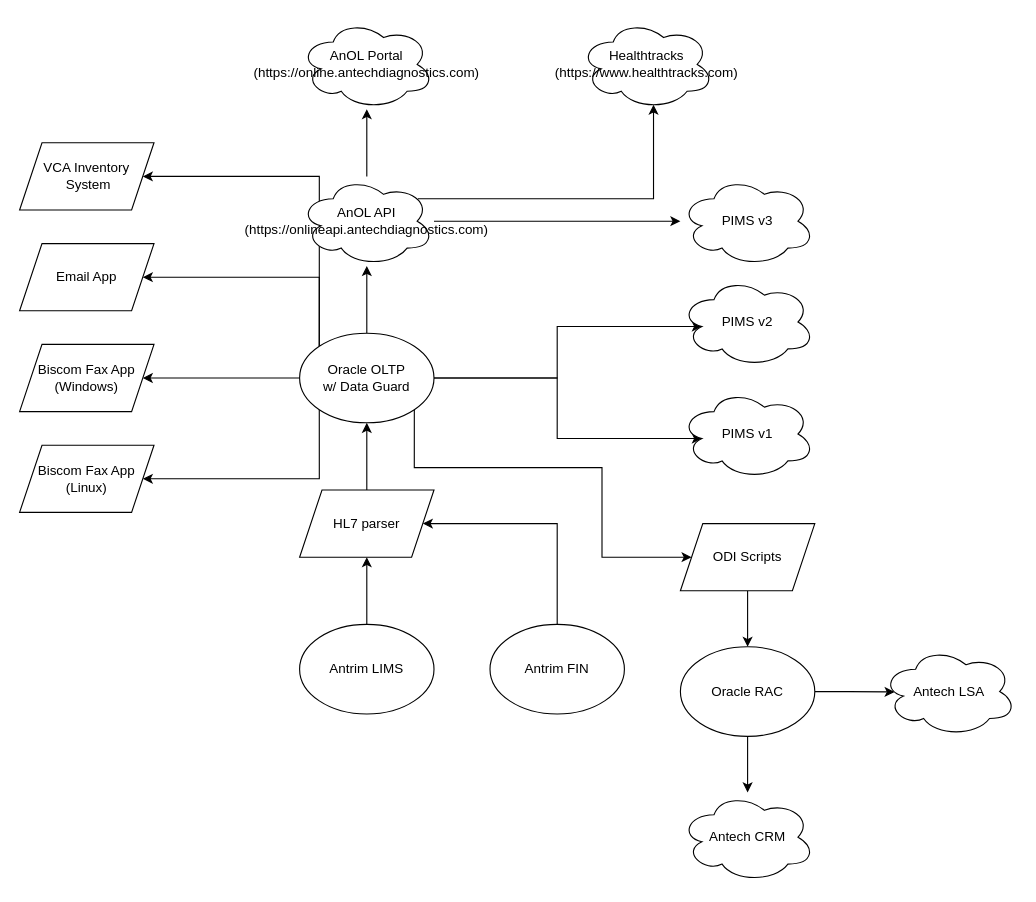
This is page "Page-2" (2 of 4) of Antech.drawio from vsfan/vsfan.github.io, a draw.io file, before an edit. Source tidied: cells renumbered, new cells numbered last; positions are measured from the earlier drawing's top-left corner, leaving out a move shared by most shapes. Both pictures are drawn from the tidied source at 112%, with x=0, y=0 at pixel (19, 19).
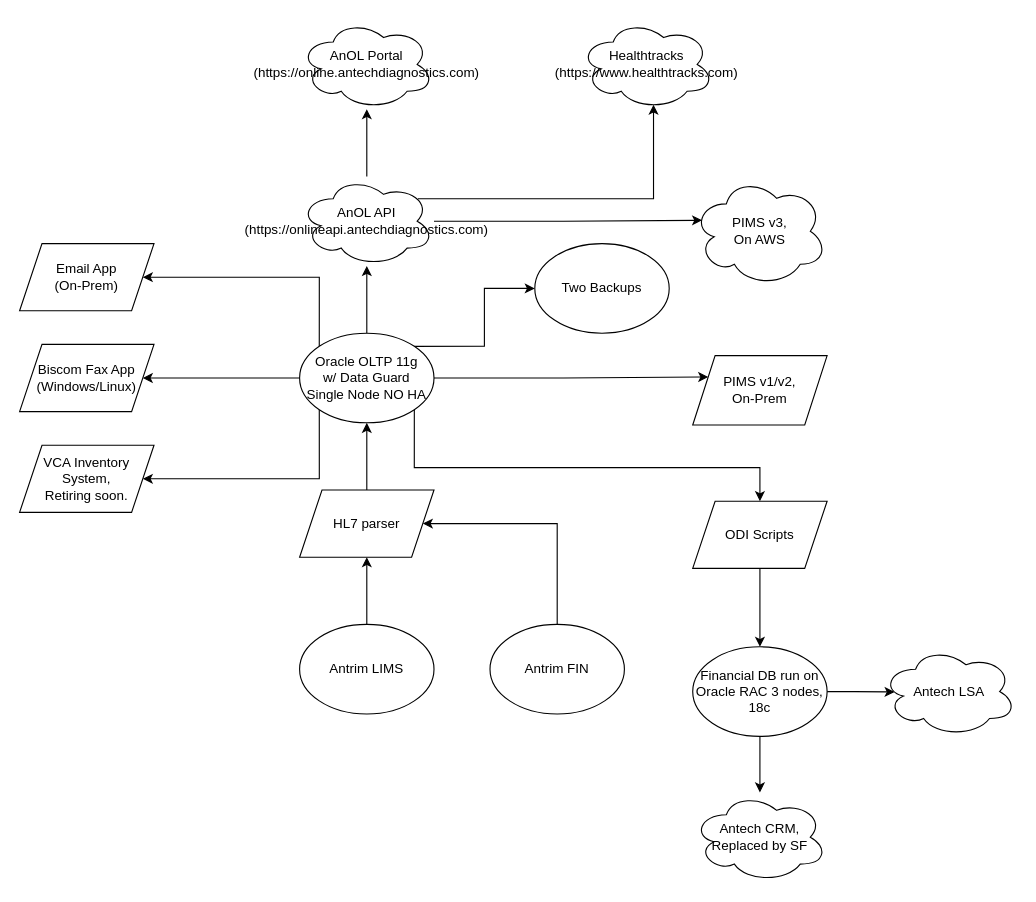
After the change.

Unchanged cells that the change refers to:
```xml
<mxCell id="15" value="AnOL API (https://onlineapi.antechdiagnostics.com)" style="ellipse;shape=cloud;whiteSpace=wrap;html=1;" parent="1" vertex="1">
  <mxGeometry x="250" y="140" width="120" height="80" as="geometry" />
</mxCell>
```

What changed in the source:
```diff
@@
-    <mxCell id="3" style="edgeStyle=orthogonalEdgeStyle;rounded=0;jettySize=auto;html=1;entryX=0.16;entryY=0.55;entryDx=0;entryDy=0;entryPerimeter=0;" parent="1" edge="1" source="10" target="21">
+    <mxCell id="3" style="edgeStyle=orthogonalEdgeStyle;rounded=0;jettySize=auto;html=1;entryX=0;entryY=0.25;entryDx=0;entryDy=0;" parent="1" edge="1" source="10" target="39">
       <mxGeometry relative="1" as="geometry" />
     </mxCell>
-    <mxCell id="4" style="edgeStyle=orthogonalEdgeStyle;rounded=0;jettySize=auto;html=1;entryX=0.16;entryY=0.55;entryDx=0;entryDy=0;entryPerimeter=0;" parent="1" edge="1" source="10" target="22">
-      <mxGeometry relative="1" as="geometry" />
-    </mxCell>
@@
-    <mxCell id="8" style="edgeStyle=orthogonalEdgeStyle;rounded=0;jettySize=auto;html=1;exitX=1;exitY=1;exitDx=0;exitDy=0;entryX=0;entryY=0.5;entryDx=0;entryDy=0;" parent="1" edge="1" source="10" target="27">
+    <mxCell id="8" style="edgeStyle=orthogonalEdgeStyle;rounded=0;jettySize=auto;html=1;exitX=1;exitY=1;exitDx=0;exitDy=0;entryX=0.5;entryY=0;entryDx=0;entryDy=0;" parent="1" edge="1" source="10" target="27">
       <mxGeometry relative="1" as="geometry">
         <Array as="points">
           <mxPoint x="352" y="400" />
-          <mxPoint x="520" y="400" />
-          <mxPoint x="520" y="480" />
+          <mxPoint x="661" y="400" />
         </Array>
       </mxGeometry>
     </mxCell>
-    <mxCell id="9" style="edgeStyle=orthogonalEdgeStyle;rounded=0;jettySize=auto;html=1;exitX=0;exitY=0;exitDx=0;exitDy=0;entryX=1;entryY=0.5;entryDx=0;entryDy=0;" parent="1" edge="1" source="10" target="36">
-      <mxGeometry relative="1" as="geometry">
-        <Array as="points">
-          <mxPoint x="268" y="140" />
-        </Array>
-      </mxGeometry>
-    </mxCell>
+    <mxCell id="37" style="edgeStyle=orthogonalEdgeStyle;rounded=0;jettySize=auto;html=1;exitX=1;exitY=0;exitDx=0;exitDy=0;entryX=0;entryY=0.5;entryDx=0;entryDy=0;" parent="1" edge="1" source="10" target="38">
+      <mxGeometry relative="1" as="geometry" />
+    </mxCell>
-    <mxCell id="10" value="Oracle OLTP&lt;br&gt;w/ Data Guard" style="ellipse;whiteSpace=wrap;html=1;" parent="1" vertex="1">
+    <mxCell id="10" value="Oracle OLTP 11g&lt;br&gt;w/ Data Guard&lt;br&gt;Single Node NO HA" style="ellipse;whiteSpace=wrap;html=1;" parent="1" vertex="1">
       <mxGeometry x="250" y="280" width="120" height="80" as="geometry" />
     </mxCell>
@@
-    <mxCell id="13" style="edgeStyle=orthogonalEdgeStyle;rounded=0;jettySize=auto;html=1;" parent="1" edge="1" source="15" target="20">
+    <mxCell id="13" style="edgeStyle=orthogonalEdgeStyle;rounded=0;jettySize=auto;html=1;entryX=0.07;entryY=0.4;entryDx=0;entryDy=0;entryPerimeter=0;" parent="1" edge="1" source="15" target="20">
       <mxGeometry relative="1" as="geometry" />
     </mxCell>
@@
-    <mxCell id="20" value="PIMS v3" style="ellipse;shape=cloud;whiteSpace=wrap;html=1;" parent="1" vertex="1">
-      <mxGeometry x="590" y="140" width="120" height="80" as="geometry" />
+    <mxCell id="20" value="PIMS v3,&lt;br&gt;On AWS" style="ellipse;shape=cloud;whiteSpace=wrap;html=1;" parent="1" vertex="1">
+      <mxGeometry x="601" y="140" width="120" height="98" as="geometry" />
     </mxCell>
-    <mxCell id="21" value="PIMS v2" style="ellipse;shape=cloud;whiteSpace=wrap;html=1;" parent="1" vertex="1">
-      <mxGeometry x="590" y="230" width="120" height="80" as="geometry" />
-    </mxCell>
-    <mxCell id="22" value="PIMS v1" style="ellipse;shape=cloud;whiteSpace=wrap;html=1;" parent="1" vertex="1">
-      <mxGeometry x="590" y="330" width="120" height="80" as="geometry" />
-    </mxCell>
-    <mxCell id="23" value="Biscom Fax App (Windows)" style="shape=parallelogram;perimeter=parallelogramPerimeter;whiteSpace=wrap;html=1;fixedSize=1;" parent="1" vertex="1">
+    <mxCell id="23" value="Biscom Fax App (Windows/Linux)" style="shape=parallelogram;perimeter=parallelogramPerimeter;whiteSpace=wrap;html=1;fixedSize=1;" parent="1" vertex="1">
       <mxGeometry y="290" width="120" height="60" as="geometry" />
     </mxCell>
-    <mxCell id="24" value="Email App" style="shape=parallelogram;perimeter=parallelogramPerimeter;whiteSpace=wrap;html=1;fixedSize=1;" parent="1" vertex="1">
+    <mxCell id="24" value="Email App&lt;br&gt;(On-Prem)" style="shape=parallelogram;perimeter=parallelogramPerimeter;whiteSpace=wrap;html=1;fixedSize=1;" parent="1" vertex="1">
       <mxGeometry y="200" width="120" height="60" as="geometry" />
     </mxCell>
-    <mxCell id="25" value="Biscom Fax App (Linux)" style="shape=parallelogram;perimeter=parallelogramPerimeter;whiteSpace=wrap;html=1;fixedSize=1;" parent="1" vertex="1">
+    <mxCell id="25" value="VCA Inventory System,&lt;br&gt;Retiring soon." style="shape=parallelogram;perimeter=parallelogramPerimeter;whiteSpace=wrap;html=1;fixedSize=1;" parent="1" vertex="1">
       <mxGeometry y="380" width="120" height="60" as="geometry" />
     </mxCell>
@@
     <mxCell id="27" value="ODI Scripts" style="shape=parallelogram;perimeter=parallelogramPerimeter;whiteSpace=wrap;html=1;fixedSize=1;" parent="1" vertex="1">
-      <mxGeometry x="590" y="450" width="120" height="60" as="geometry" />
+      <mxGeometry x="601" y="430" width="120" height="60" as="geometry" />
     </mxCell>
@@
-    <mxCell id="30" value="Oracle RAC" style="ellipse;whiteSpace=wrap;html=1;" parent="1" vertex="1">
-      <mxGeometry x="590" y="560" width="120" height="80" as="geometry" />
+    <mxCell id="30" value="Financial DB run on Oracle RAC 3 nodes, 18c" style="ellipse;whiteSpace=wrap;html=1;" parent="1" vertex="1">
+      <mxGeometry x="601" y="560" width="120" height="80" as="geometry" />
     </mxCell>
-    <mxCell id="31" value="Antech CRM" style="ellipse;shape=cloud;whiteSpace=wrap;html=1;" parent="1" vertex="1">
-      <mxGeometry x="590" y="690" width="120" height="80" as="geometry" />
+    <mxCell id="31" value="Antech CRM,&lt;br&gt;Replaced by SF" style="ellipse;shape=cloud;whiteSpace=wrap;html=1;" parent="1" vertex="1">
+      <mxGeometry x="601" y="690" width="120" height="80" as="geometry" />
     </mxCell>
@@
-    <mxCell id="36" value="VCA Inventory&lt;br&gt;&amp;nbsp;System" style="shape=parallelogram;perimeter=parallelogramPerimeter;whiteSpace=wrap;html=1;fixedSize=1;" parent="1" vertex="1">
-      <mxGeometry y="110" width="120" height="60" as="geometry" />
-    </mxCell>
+    <mxCell id="38" value="Two Backups" style="ellipse;whiteSpace=wrap;html=1;" parent="1" vertex="1">
+      <mxGeometry x="460" y="200" width="120" height="80" as="geometry" />
+    </mxCell>
+    <mxCell id="39" value="PIMS v1/v2,&lt;br&gt;On-Prem" style="shape=parallelogram;perimeter=parallelogramPerimeter;whiteSpace=wrap;html=1;fixedSize=1;" parent="1" vertex="1">
+      <mxGeometry x="601" y="300" width="120" height="62" as="geometry" />
+    </mxCell>
```
